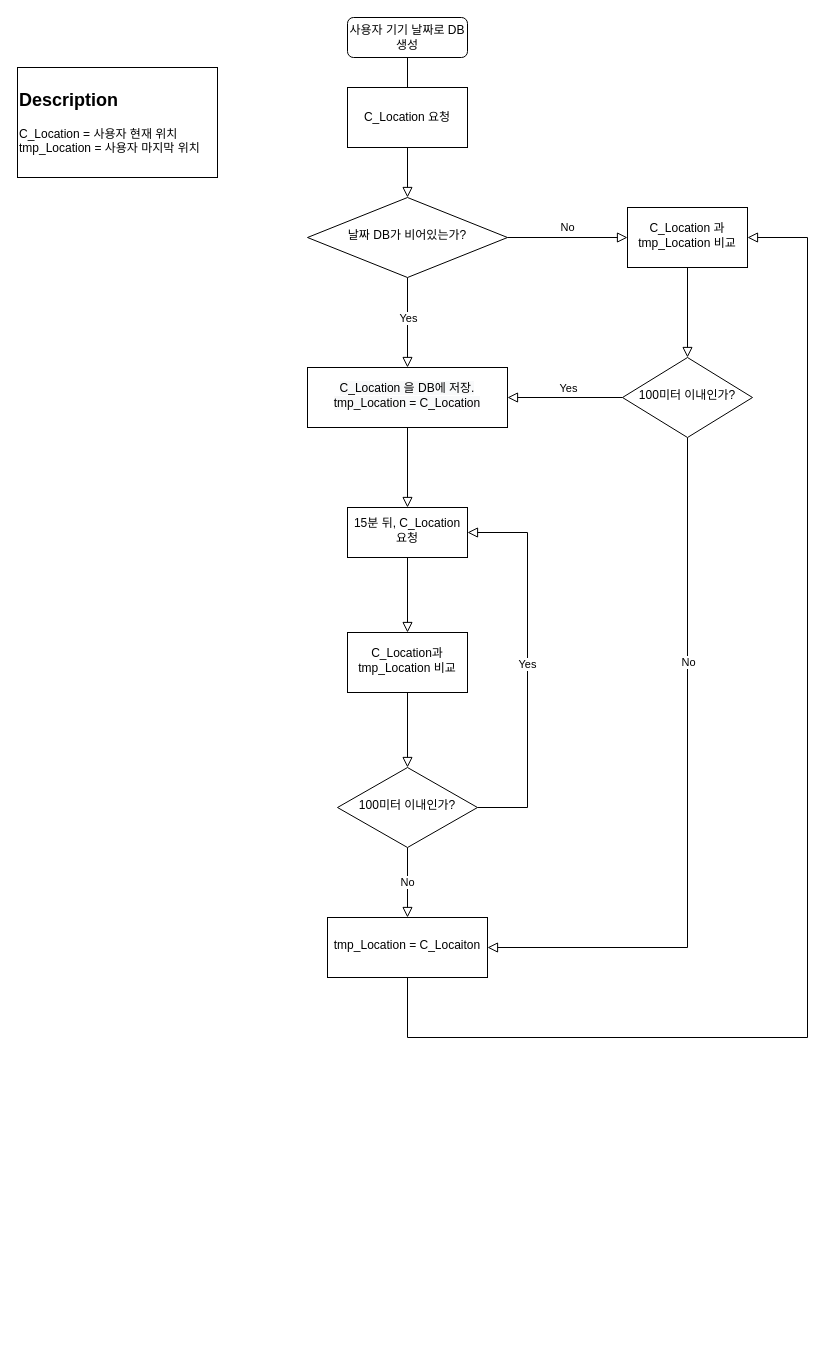
The draw.io diagram Untitled Diagram.drawio in 2021graduation/2021_graduation, before the edit. Source tidied: cells renumbered, new cells numbered last; positions are measured from the earlier drawing's top-left corner, leaving out a move shared by most shapes. Both pictures are drawn from the tidied source at 100%, with x=0, y=0 at pixel (17, 17).
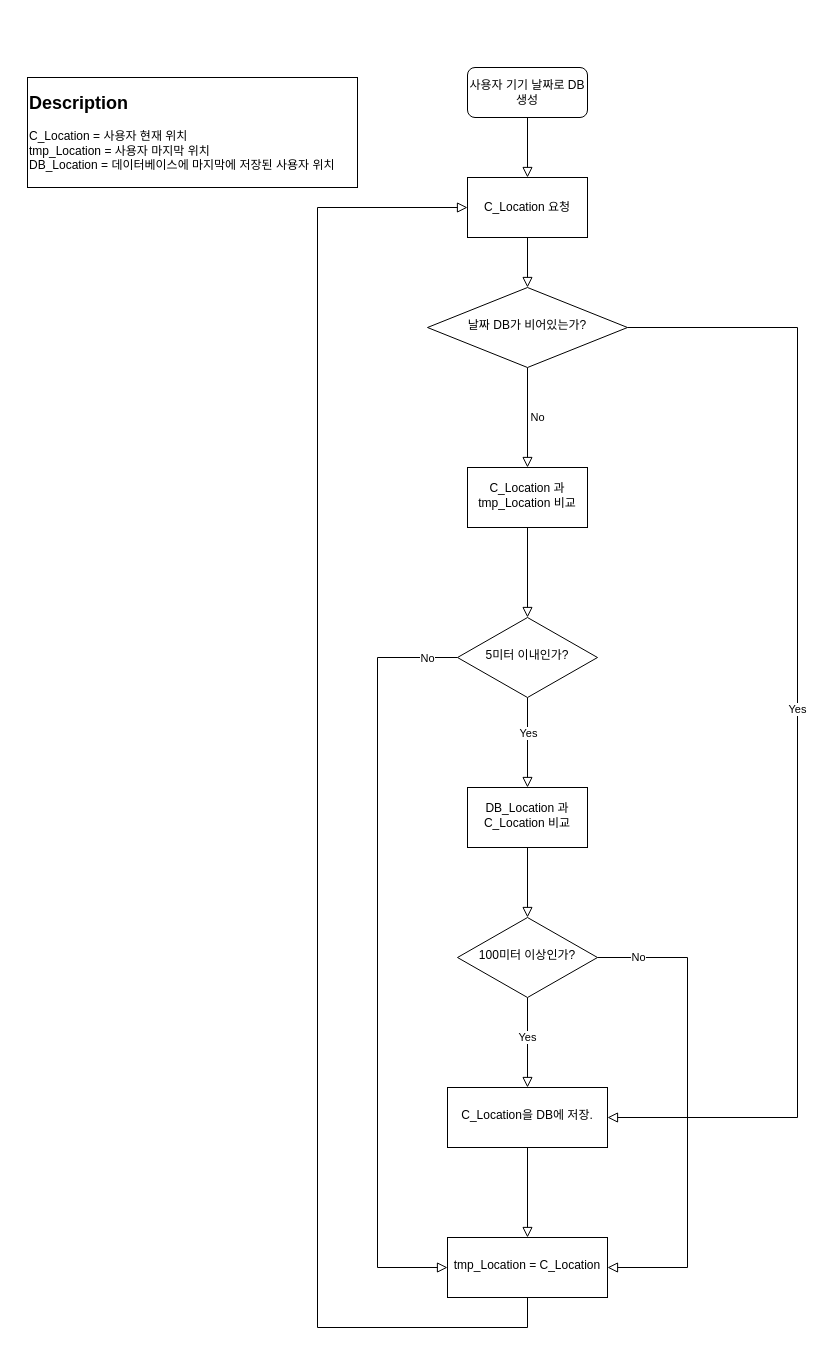
The same page after the edit.

What changed in the source:
```diff
@@
+    <mxCell id="29" style="edgeStyle=orthogonalEdgeStyle;rounded=0;jettySize=auto;html=1;endArrow=block;endFill=0;endSize=8;" parent="1" edge="1" source="3" target="28">
+      <mxGeometry relative="1" as="geometry" />
+    </mxCell>
     <mxCell id="3" value="사용자 기기 날짜로 DB 생성" style="rounded=1;whiteSpace=wrap;html=1;fontSize=12;glass=0;strokeWidth=1;shadow=0;" parent="1" vertex="1">
-      <mxGeometry x="330" width="120" height="40" as="geometry" />
+      <mxGeometry x="450" y="50" width="120" height="50" as="geometry" />
     </mxCell>
-    <mxCell id="4" style="edgeStyle=orthogonalEdgeStyle;rounded=0;jettySize=auto;html=1;endArrow=block;endFill=0;endSize=8;" parent="1" edge="1" source="8" target="11">
-      <mxGeometry relative="1" as="geometry" />
-    </mxCell>
-    <mxCell id="5" value="Yes" style="edgeLabel;html=1;align=center;verticalAlign=middle;" parent="4" vertex="1">
-      <mxGeometry x="0.22" y="-2" relative="1" as="geometry">
-        <mxPoint x="2" y="-15" as="offset" />
-      </mxGeometry>
-    </mxCell>
@@
     <mxCell id="7" style="edgeStyle=orthogonalEdgeStyle;rounded=0;jettySize=auto;html=1;exitX=0.5;exitY=0;exitDx=0;exitDy=0;endArrow=block;endFill=0;endSize=8;" parent="1" edge="1" source="8">
       <mxGeometry relative="1" as="geometry">
-        <mxPoint x="390" y="180" as="targetPoint" />
+        <mxPoint x="510" y="270" as="targetPoint" />
       </mxGeometry>
     </mxCell>
+    <mxCell id="17" value="Yes" style="edgeStyle=orthogonalEdgeStyle;rounded=0;jettySize=auto;html=1;endArrow=block;endFill=0;endSize=8;entryX=1;entryY=0.5;entryDx=0;entryDy=0;" parent="1" edge="1" source="8" target="39">
+      <mxGeometry x="-0.04" relative="1" as="geometry">
+        <Array as="points">
+          <mxPoint x="780" y="310" />
+          <mxPoint x="780" y="1100" />
+        </Array>
+      </mxGeometry>
+    </mxCell>
     <mxCell id="8" value="날짜 DB가 비어있는가?" style="rhombus;whiteSpace=wrap;html=1;shadow=0;fontFamily=Helvetica;fontSize=12;align=center;strokeWidth=1;spacing=6;spacingTop=-4;" parent="1" vertex="1">
-      <mxGeometry x="290" y="180" width="200" height="80" as="geometry" />
+      <mxGeometry x="410" y="270" width="200" height="80" as="geometry" />
     </mxCell>
-    <mxCell id="9" value="&lt;h2&gt;&lt;b&gt;Description&lt;/b&gt;&lt;/h2&gt;&lt;div&gt;C_Location = 사용자 현재 위치&lt;/div&gt;&lt;div&gt;tmp_Location = 사용자 마지막 위치&lt;/div&gt;&lt;div&gt;&lt;br&gt;&lt;/div&gt;" style="rounded=0;whiteSpace=wrap;html=1;align=left;" parent="1" vertex="1">
-      <mxGeometry y="50" width="200" height="110" as="geometry" />
+    <mxCell id="9" value="&lt;h2&gt;&lt;b&gt;Description&lt;/b&gt;&lt;/h2&gt;&lt;div&gt;C_Location = 사용자 현재 위치&lt;/div&gt;&lt;div&gt;tmp_Location = 사용자 마지막 위치&lt;/div&gt;&lt;div&gt;DB_Location = 데이터베이스에 마지막에 저장된 사용자 위치&lt;/div&gt;&lt;div&gt;&lt;br&gt;&lt;/div&gt;" style="rounded=0;whiteSpace=wrap;html=1;align=left;" parent="1" vertex="1">
+      <mxGeometry x="10" y="60" width="330" height="110" as="geometry" />
     </mxCell>
-    <mxCell id="10" style="edgeStyle=orthogonalEdgeStyle;rounded=0;jettySize=auto;html=1;endArrow=block;endFill=0;endSize=8;" parent="1" edge="1" source="11" target="13">
-      <mxGeometry relative="1" as="geometry" />
-    </mxCell>
-    <mxCell id="11" value="&lt;span style=&quot;color: rgb(0 , 0 , 0) ; font-size: 12px ; font-style: normal ; font-weight: 400 ; letter-spacing: normal ; text-align: center ; text-indent: 0px ; text-transform: none ; word-spacing: 0px ; font-family: &amp;#34;helvetica&amp;#34; ; background-color: rgb(248 , 249 , 250) ; display: inline ; float: none&quot;&gt;C_Location 을 DB에 저장.&lt;/span&gt;&lt;br style=&quot;color: rgb(0 , 0 , 0) ; font-size: 12px ; font-style: normal ; font-weight: 400 ; letter-spacing: normal ; text-align: center ; text-indent: 0px ; text-transform: none ; word-spacing: 0px ; font-family: &amp;#34;helvetica&amp;#34; ; background-color: rgb(248 , 249 , 250)&quot;&gt;&lt;span style=&quot;color: rgb(0 , 0 , 0) ; font-size: 12px ; font-style: normal ; font-weight: 400 ; letter-spacing: normal ; text-align: center ; text-indent: 0px ; text-transform: none ; word-spacing: 0px ; font-family: &amp;#34;helvetica&amp;#34; ; background-color: rgb(248 , 249 , 250) ; display: inline ; float: none&quot;&gt;tmp_Location = C_Location&lt;/span&gt;" style="whiteSpace=wrap;html=1;shadow=0;strokeWidth=1;spacing=6;spacingTop=-4;" parent="1" vertex="1">
-      <mxGeometry x="290" y="350" width="200" height="60" as="geometry" />
-    </mxCell>
-    <mxCell id="12" style="edgeStyle=orthogonalEdgeStyle;rounded=0;jettySize=auto;html=1;endArrow=block;endFill=0;endSize=8;" parent="1" edge="1" source="13" target="15">
-      <mxGeometry relative="1" as="geometry" />
-    </mxCell>
-    <mxCell id="13" value="&lt;span&gt;15분 뒤, C_Location 요청&lt;/span&gt;" style="whiteSpace=wrap;html=1;shadow=0;strokeWidth=1;spacing=6;spacingTop=-4;" parent="1" vertex="1">
-      <mxGeometry x="330" y="490" width="120" height="50" as="geometry" />
-    </mxCell>
-    <mxCell id="14" style="edgeStyle=orthogonalEdgeStyle;rounded=0;jettySize=auto;html=1;endArrow=block;endFill=0;endSize=8;" parent="1" edge="1" source="15" target="18">
-      <mxGeometry relative="1" as="geometry" />
-    </mxCell>
-    <mxCell id="15" value="C_Location과 tmp_Location 비교" style="whiteSpace=wrap;html=1;shadow=0;strokeWidth=1;spacing=6;spacingTop=-4;" parent="1" vertex="1">
-      <mxGeometry x="330" y="615" width="120" height="60" as="geometry" />
-    </mxCell>
-    <mxCell id="16" value="No" style="edgeStyle=orthogonalEdgeStyle;rounded=0;jettySize=auto;html=1;endArrow=block;endFill=0;endSize=8;" parent="1" edge="1" source="18" target="20">
-      <mxGeometry relative="1" as="geometry" />
-    </mxCell>
-    <mxCell id="17" value="Yes" style="edgeStyle=orthogonalEdgeStyle;rounded=0;jettySize=auto;html=1;endArrow=block;endFill=0;endSize=8;entryX=1;entryY=0.5;entryDx=0;entryDy=0;" parent="1" edge="1" source="18" target="13">
-      <mxGeometry relative="1" as="geometry">
-        <Array as="points">
-          <mxPoint x="510" y="790" />
-          <mxPoint x="510" y="515" />
-        </Array>
-      </mxGeometry>
-    </mxCell>
-    <mxCell id="18" value="100미터 이내인가?" style="rhombus;whiteSpace=wrap;html=1;shadow=0;strokeWidth=1;spacing=6;spacingTop=-4;" parent="1" vertex="1">
-      <mxGeometry x="320" y="750" width="140" height="80" as="geometry" />
-    </mxCell>
-    <mxCell id="19" style="edgeStyle=orthogonalEdgeStyle;rounded=0;jettySize=auto;html=1;endArrow=block;endFill=0;endSize=8;entryX=1;entryY=0.5;entryDx=0;entryDy=0;exitX=0.5;exitY=1;exitDx=0;exitDy=0;" parent="1" edge="1" source="20" target="22">
-      <mxGeometry relative="1" as="geometry">
-        <Array as="points">
-          <mxPoint x="390" y="1020" />
-          <mxPoint x="790" y="1020" />
-          <mxPoint x="790" y="220" />
-        </Array>
-      </mxGeometry>
-    </mxCell>
+    <mxCell id="30" style="edgeStyle=orthogonalEdgeStyle;rounded=0;jettySize=auto;html=1;endArrow=block;endFill=0;endSize=8;entryX=0;entryY=0.5;entryDx=0;entryDy=0;exitX=0.5;exitY=1;exitDx=0;exitDy=0;" parent="1" edge="1" source="20" target="28">
+      <mxGeometry relative="1" as="geometry">
+        <Array as="points">
+          <mxPoint x="510" y="1310" />
+          <mxPoint x="300" y="1310" />
+          <mxPoint x="300" y="190" />
+        </Array>
+      </mxGeometry>
+    </mxCell>
-    <mxCell id="20" value="tmp_Location = C_Locaiton" style="whiteSpace=wrap;html=1;shadow=0;strokeWidth=1;spacing=6;spacingTop=-4;" parent="1" vertex="1">
-      <mxGeometry x="310" y="900" width="160" height="60" as="geometry" />
+    <mxCell id="20" value="tmp_Location = C_Location" style="whiteSpace=wrap;html=1;shadow=0;strokeWidth=1;spacing=6;spacingTop=-4;" parent="1" vertex="1">
+      <mxGeometry x="430" y="1220" width="160" height="60" as="geometry" />
     </mxCell>
@@
     <mxCell id="22" value="C_Location 과 tmp_Location 비교" style="whiteSpace=wrap;html=1;shadow=0;strokeWidth=1;spacing=6;spacingTop=-4;" parent="1" vertex="1">
-      <mxGeometry x="610" y="190" width="120" height="60" as="geometry" />
+      <mxGeometry x="450" y="450" width="120" height="60" as="geometry" />
     </mxCell>
-    <mxCell id="23" style="edgeStyle=orthogonalEdgeStyle;rounded=0;jettySize=auto;html=1;endArrow=block;endFill=0;endSize=8;entryX=1;entryY=0.5;entryDx=0;entryDy=0;" parent="1" edge="1" source="27" target="20">
-      <mxGeometry relative="1" as="geometry">
-        <Array as="points">
-          <mxPoint x="670" y="930" />
-        </Array>
-      </mxGeometry>
-    </mxCell>
+    <mxCell id="31" style="edgeStyle=orthogonalEdgeStyle;rounded=0;jettySize=auto;html=1;endArrow=block;endFill=0;endSize=8;" parent="1" edge="1" source="27" target="35">
+      <mxGeometry relative="1" as="geometry" />
+    </mxCell>
+    <mxCell id="32" value="Yes" style="edgeLabel;html=1;align=center;verticalAlign=middle;" parent="31" vertex="1">
+      <mxGeometry x="-0.22" relative="1" as="geometry" />
+    </mxCell>
+    <mxCell id="33" style="edgeStyle=orthogonalEdgeStyle;rounded=0;jettySize=auto;html=1;endArrow=block;endFill=0;endSize=8;" parent="1" edge="1" source="27">
+      <mxGeometry relative="1" as="geometry">
+        <mxPoint x="430" y="1250" as="targetPoint" />
+        <Array as="points">
+          <mxPoint x="360" y="640" />
+          <mxPoint x="360" y="1250" />
+        </Array>
+      </mxGeometry>
+    </mxCell>
-    <mxCell id="24" value="No" style="edgeLabel;html=1;align=center;verticalAlign=middle;" parent="23" vertex="1">
-      <mxGeometry x="-0.37" relative="1" as="geometry" />
+    <mxCell id="24" value="No" style="edgeLabel;html=1;align=center;verticalAlign=middle;" parent="33" vertex="1">
+      <mxGeometry x="-0.94" y="2" relative="1" as="geometry">
+        <mxPoint x="-8" y="-2" as="offset" />
+      </mxGeometry>
     </mxCell>
-    <mxCell id="25" style="edgeStyle=orthogonalEdgeStyle;rounded=0;jettySize=auto;html=1;endArrow=block;endFill=0;endSize=8;" parent="1" edge="1" source="27" target="11">
-      <mxGeometry relative="1" as="geometry" />
-    </mxCell>
-    <mxCell id="26" value="Yes" style="edgeLabel;html=1;align=center;verticalAlign=middle;" parent="25" vertex="1">
-      <mxGeometry x="-0.32" y="1" relative="1" as="geometry">
-        <mxPoint x="-16" y="-11" as="offset" />
-      </mxGeometry>
-    </mxCell>
-    <mxCell id="27" value="100미터 이내인가?" style="rhombus;whiteSpace=wrap;html=1;shadow=0;strokeWidth=1;spacing=6;spacingTop=-4;" parent="1" vertex="1">
-      <mxGeometry x="605" y="340" width="130" height="80" as="geometry" />
+    <mxCell id="27" value="5미터 이내인가?" style="rhombus;whiteSpace=wrap;html=1;shadow=0;strokeWidth=1;spacing=6;spacingTop=-4;" parent="1" vertex="1">
+      <mxGeometry x="440" y="600" width="140" height="80" as="geometry" />
     </mxCell>
     <mxCell id="28" value="C_Location 요청" style="rounded=0;whiteSpace=wrap;html=1;" parent="1" vertex="1">
-      <mxGeometry x="330" y="70" width="120" height="60" as="geometry" />
+      <mxGeometry x="450" y="160" width="120" height="60" as="geometry" />
     </mxCell>
-    <mxCell id="29" style="rounded=0;html=1;jettySize=auto;fontSize=11;endArrow=none;endFill=0;endSize=8;strokeWidth=1;shadow=0;labelBackgroundColor=none;edgeStyle=orthogonalEdgeStyle;" parent="1" edge="1" source="3" target="28">
-      <mxGeometry relative="1" as="geometry" />
-    </mxCell>
+    <mxCell id="34" style="edgeStyle=orthogonalEdgeStyle;rounded=0;jettySize=auto;html=1;endArrow=block;endFill=0;endSize=8;" parent="1" edge="1" source="35" target="37">
+      <mxGeometry relative="1" as="geometry" />
+    </mxCell>
+    <mxCell id="35" value="DB_Location 과 C_Location 비교" style="whiteSpace=wrap;html=1;shadow=0;strokeWidth=1;spacing=6;spacingTop=-4;" parent="1" vertex="1">
+      <mxGeometry x="450" y="770" width="120" height="60" as="geometry" />
+    </mxCell>
+    <mxCell id="16" value="No" style="edgeStyle=orthogonalEdgeStyle;rounded=0;jettySize=auto;html=1;endArrow=block;endFill=0;endSize=8;" parent="1" edge="1" source="37">
+      <mxGeometry x="-0.83" relative="1" as="geometry">
+        <mxPoint x="590" y="1250" as="targetPoint" />
+        <Array as="points">
+          <mxPoint x="670" y="940" />
+          <mxPoint x="670" y="1250" />
+        </Array>
+      </mxGeometry>
+    </mxCell>
+    <mxCell id="36" value="Yes" style="edgeStyle=orthogonalEdgeStyle;rounded=0;jettySize=auto;html=1;endArrow=block;endFill=0;endSize=8;" parent="1" edge="1" source="37" target="39">
+      <mxGeometry x="-0.11" relative="1" as="geometry" />
+    </mxCell>
+    <mxCell id="37" value="100미터 이상인가?" style="rhombus;whiteSpace=wrap;html=1;shadow=0;strokeWidth=1;spacing=6;spacingTop=-4;" parent="1" vertex="1">
+      <mxGeometry x="440" y="900" width="140" height="80" as="geometry" />
+    </mxCell>
+    <mxCell id="38" style="edgeStyle=orthogonalEdgeStyle;rounded=0;jettySize=auto;html=1;endArrow=block;endFill=0;endSize=8;" parent="1" edge="1" source="39" target="20">
+      <mxGeometry relative="1" as="geometry" />
+    </mxCell>
+    <mxCell id="39" value="C_Location을 DB에 저장." style="whiteSpace=wrap;html=1;shadow=0;strokeWidth=1;spacing=6;spacingTop=-4;" parent="1" vertex="1">
+      <mxGeometry x="430" y="1070" width="160" height="60" as="geometry" />
+    </mxCell>
```
